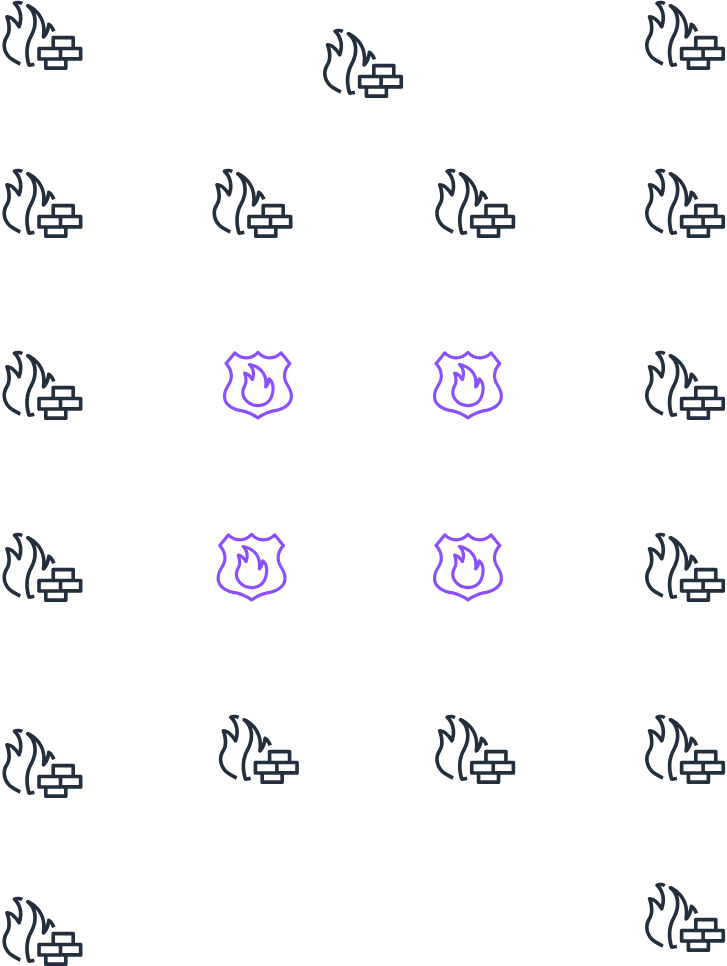
Earlier version of the draw.io export Diagrama sem nome.drawio.svg (Trevoom/Laborat-rio). Source tidied: cells renumbered, new cells last; positions are measured from the earlier drawing's top-left corner, leaving out a move shared by most shapes.
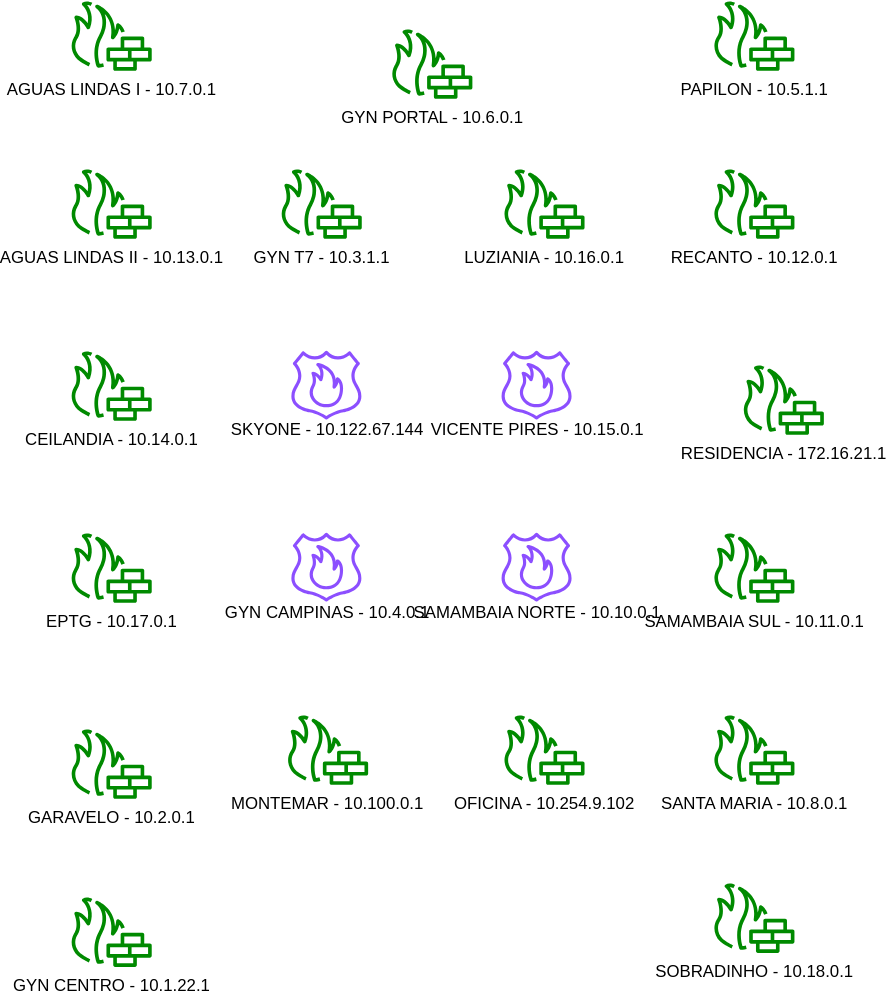
Above is the later version.

Change to the diagram source:
```diff
@@ -2,67 +2,67 @@
   <root>
     <mxCell id="0" />
     <mxCell id="1" parent="0" />
-    <mxCell id="2" style="sketch=0;fontColor=#232F3E;gradientColor=none;fillColor=#232F3D;strokeColor=none;dashed=0;verticalLabelPosition=bottom;verticalAlign=top;align=center;html=1;fontSize=12;fontStyle=0;shape=mxgraph.aws4.generic_firewall;" parent="1" vertex="1">
+    <mxCell id="2" value="    AGUAS LINDAS II -  10.13.0.1 " style="sketch=0;fillColor=#008a00;strokeColor=#005700;dashed=0;verticalLabelPosition=bottom;verticalAlign=top;align=center;html=1;shape=mxgraph.aws4.generic_firewall;" parent="1" vertex="1">
       <mxGeometry y="120" width="59.1" height="50" as="geometry" />
     </mxCell>
-    <mxCell id="3" style="sketch=0;fontColor=#232F3E;gradientColor=none;fillColor=#8C4FFF;strokeColor=none;dashed=0;verticalLabelPosition=bottom;verticalAlign=top;align=center;html=1;fontSize=12;fontStyle=0;shape=mxgraph.aws4.route_53_resolver_dns_firewall;" parent="1" vertex="1">
-      <mxGeometry x="159.1" y="250" width="50" height="50" as="geometry" />
+    <mxCell id="3" value="    SKYONE -  10.122.67.144 " style="sketch=0;gradientColor=none;fillColor=#8C4FFF;strokeColor=none;dashed=0;verticalLabelPosition=bottom;verticalAlign=middle;align=center;html=1;shape=mxgraph.aws4.route_53_resolver_dns_firewall;spacingTop=-36;" parent="1" vertex="1">
+      <mxGeometry x="159" y="250" width="50" height="50" as="geometry" />
     </mxCell>
-    <mxCell id="4" style="sketch=0;fontColor=#232F3E;gradientColor=none;fillColor=#8C4FFF;strokeColor=none;dashed=0;verticalLabelPosition=bottom;verticalAlign=top;align=center;html=1;fontSize=12;fontStyle=0;shape=mxgraph.aws4.route_53_resolver_dns_firewall;" parent="1" vertex="1">
+    <mxCell id="4" value="    VICENTE  PIRES - 10.15.0.1 " style="sketch=0;gradientColor=none;fillColor=#8C4FFF;strokeColor=none;dashed=0;verticalLabelPosition=bottom;verticalAlign=middle;align=center;html=1;shape=mxgraph.aws4.route_53_resolver_dns_firewall;spacingTop=-36;" parent="1" vertex="1">
       <mxGeometry x="309.1" y="250" width="50" height="50" as="geometry" />
     </mxCell>
-    <mxCell id="5" style="sketch=0;fontColor=#232F3E;gradientColor=none;fillColor=#8C4FFF;strokeColor=none;dashed=0;verticalLabelPosition=bottom;verticalAlign=top;align=center;html=1;fontSize=12;fontStyle=0;shape=mxgraph.aws4.route_53_resolver_dns_firewall;" parent="1" vertex="1">
-      <mxGeometry x="154.6" y="380" width="50" height="50" as="geometry" />
+    <mxCell id="5" value="    GYN  CAMPINAS - 10.4.0.1 " style="sketch=0;gradientColor=none;fillColor=#8C4FFF;strokeColor=none;dashed=0;verticalLabelPosition=bottom;verticalAlign=middle;align=center;html=1;shape=mxgraph.aws4.route_53_resolver_dns_firewall;spacingTop=-36;" parent="1" vertex="1">
+      <mxGeometry x="159" y="380" width="50" height="50" as="geometry" />
     </mxCell>
-    <mxCell id="6" style="sketch=0;fontColor=#232F3E;gradientColor=none;fillColor=#8C4FFF;strokeColor=none;dashed=0;verticalLabelPosition=bottom;verticalAlign=top;align=center;html=1;fontSize=12;fontStyle=0;shape=mxgraph.aws4.route_53_resolver_dns_firewall;" parent="1" vertex="1">
+    <mxCell id="6" value="    SAMAMBAIA  NORTE - 10.10.0.1 " style="sketch=0;gradientColor=none;fillColor=#8C4FFF;strokeColor=none;dashed=0;verticalLabelPosition=bottom;verticalAlign=middle;align=center;html=1;shape=mxgraph.aws4.route_53_resolver_dns_firewall;spacingTop=-36;" parent="1" vertex="1">
       <mxGeometry x="309.1" y="380" width="50" height="50" as="geometry" />
     </mxCell>
-    <mxCell id="7" style="sketch=0;fontColor=#232F3E;gradientColor=none;fillColor=#232F3D;strokeColor=none;dashed=0;verticalLabelPosition=bottom;verticalAlign=top;align=center;html=1;fontSize=12;fontStyle=0;shape=mxgraph.aws4.generic_firewall;" parent="1" vertex="1">
+    <mxCell id="7" value="CEILANDIA - 10.14.0.1" style="sketch=0;fillColor=#008a00;strokeColor=#005700;dashed=0;verticalLabelPosition=bottom;verticalAlign=top;align=center;html=1;shape=mxgraph.aws4.generic_firewall;" parent="1" vertex="1">
       <mxGeometry y="250" width="59.1" height="50" as="geometry" />
     </mxCell>
-    <mxCell id="8" style="sketch=0;fontColor=#232F3E;gradientColor=none;fillColor=#232F3D;strokeColor=none;dashed=0;verticalLabelPosition=bottom;verticalAlign=top;align=center;html=1;fontSize=12;fontStyle=0;shape=mxgraph.aws4.generic_firewall;" parent="1" vertex="1">
+    <mxCell id="8" value="    EPTG - 10.17.0.1 " style="sketch=0;fillColor=#008a00;strokeColor=#005700;dashed=0;verticalLabelPosition=bottom;verticalAlign=top;align=center;html=1;shape=mxgraph.aws4.generic_firewall;" parent="1" vertex="1">
       <mxGeometry y="380" width="59.1" height="50" as="geometry" />
     </mxCell>
-    <mxCell id="9" style="sketch=0;fontColor=#232F3E;gradientColor=none;fillColor=#232F3D;strokeColor=none;dashed=0;verticalLabelPosition=bottom;verticalAlign=top;align=center;html=1;fontSize=12;fontStyle=0;shape=mxgraph.aws4.generic_firewall;" parent="1" vertex="1">
+    <mxCell id="9" value="    GARAVELO - 10.2.0.1 " style="sketch=0;fillColor=#008a00;strokeColor=#005700;dashed=0;verticalLabelPosition=bottom;verticalAlign=top;align=center;html=1;shape=mxgraph.aws4.generic_firewall;" parent="1" vertex="1">
       <mxGeometry y="520" width="59.1" height="50" as="geometry" />
     </mxCell>
-    <mxCell id="10" style="sketch=0;fontColor=#232F3E;gradientColor=none;fillColor=#232F3D;strokeColor=none;dashed=0;verticalLabelPosition=bottom;verticalAlign=top;align=center;html=1;fontSize=12;fontStyle=0;shape=mxgraph.aws4.generic_firewall;" parent="1" vertex="1">
+    <mxCell id="10" value="    AGUAS LINDAS I -  10.7.0.1 " style="sketch=0;dashed=0;verticalLabelPosition=bottom;verticalAlign=top;align=center;html=1;shape=mxgraph.aws4.generic_firewall;fillColor=#008a00;strokeColor=#005700;" parent="1" vertex="1">
       <mxGeometry width="59.1" height="50" as="geometry" />
     </mxCell>
-    <mxCell id="11" style="sketch=0;fontColor=#232F3E;gradientColor=none;fillColor=#232F3D;strokeColor=none;dashed=0;verticalLabelPosition=bottom;verticalAlign=top;align=center;html=1;fontSize=12;fontStyle=0;shape=mxgraph.aws4.generic_firewall;" parent="1" vertex="1">
+    <mxCell id="11" value="    GYN CENTRO -  10.1.22.1 " style="sketch=0;fillColor=#008a00;strokeColor=#005700;dashed=0;verticalLabelPosition=bottom;verticalAlign=top;align=center;html=1;shape=mxgraph.aws4.generic_firewall;" parent="1" vertex="1">
       <mxGeometry y="640" width="59.1" height="50" as="geometry" />
     </mxCell>
-    <mxCell id="12" style="sketch=0;fontColor=#232F3E;gradientColor=none;fillColor=#232F3D;strokeColor=none;dashed=0;verticalLabelPosition=bottom;verticalAlign=top;align=center;html=1;fontSize=12;fontStyle=0;shape=mxgraph.aws4.generic_firewall;" parent="1" vertex="1">
+    <mxCell id="12" value="    PAPILON - 10.5.1.1 " style="sketch=0;fillColor=#008a00;strokeColor=#005700;dashed=0;verticalLabelPosition=bottom;verticalAlign=top;align=center;html=1;shape=mxgraph.aws4.generic_firewall;" parent="1" vertex="1">
       <mxGeometry x="459" width="59.1" height="50" as="geometry" />
     </mxCell>
-    <mxCell id="13" style="sketch=0;fontColor=#232F3E;gradientColor=none;fillColor=#232F3D;strokeColor=none;dashed=0;verticalLabelPosition=bottom;verticalAlign=top;align=center;html=1;fontSize=12;fontStyle=0;shape=mxgraph.aws4.generic_firewall;" parent="1" vertex="1">
+    <mxCell id="13" value="    RECANTO - 10.12.0.1 " style="sketch=0;fillColor=#008a00;strokeColor=#005700;dashed=0;verticalLabelPosition=bottom;verticalAlign=top;align=center;html=1;shape=mxgraph.aws4.generic_firewall;" parent="1" vertex="1">
       <mxGeometry x="459" y="120" width="59.1" height="50" as="geometry" />
     </mxCell>
-    <mxCell id="14" style="sketch=0;fontColor=#232F3E;gradientColor=none;fillColor=#232F3D;strokeColor=none;dashed=0;verticalLabelPosition=bottom;verticalAlign=top;align=center;html=1;fontSize=12;fontStyle=0;shape=mxgraph.aws4.generic_firewall;" parent="1" vertex="1">
-      <mxGeometry x="459" y="250" width="59.1" height="50" as="geometry" />
+    <mxCell id="14" value="    RESIDENCIA -  172.16.21.1 " style="sketch=0;fillColor=#008a00;strokeColor=#005700;dashed=0;verticalLabelPosition=bottom;verticalAlign=top;align=center;html=1;shape=mxgraph.aws4.generic_firewall;" parent="1" vertex="1">
+      <mxGeometry x="480" y="260" width="59.1" height="50" as="geometry" />
     </mxCell>
-    <mxCell id="15" style="sketch=0;fontColor=#232F3E;gradientColor=none;fillColor=#232F3D;strokeColor=none;dashed=0;verticalLabelPosition=bottom;verticalAlign=top;align=center;html=1;fontSize=12;fontStyle=0;shape=mxgraph.aws4.generic_firewall;" parent="1" vertex="1">
+    <mxCell id="15" value="    SAMAMBAIA SUL -  10.11.0.1 " style="sketch=0;fillColor=#008a00;strokeColor=#005700;dashed=0;verticalLabelPosition=bottom;verticalAlign=top;align=center;html=1;shape=mxgraph.aws4.generic_firewall;" parent="1" vertex="1">
       <mxGeometry x="459" y="380" width="59.1" height="50" as="geometry" />
     </mxCell>
-    <mxCell id="16" style="sketch=0;fontColor=#232F3E;gradientColor=none;fillColor=#232F3D;strokeColor=none;dashed=0;verticalLabelPosition=bottom;verticalAlign=top;align=center;html=1;fontSize=12;fontStyle=0;shape=mxgraph.aws4.generic_firewall;" parent="1" vertex="1">
+    <mxCell id="16" value="    SANTA MARIA -  10.8.0.1 " style="sketch=0;fillColor=#008a00;strokeColor=#005700;dashed=0;verticalLabelPosition=bottom;verticalAlign=top;align=center;html=1;shape=mxgraph.aws4.generic_firewall;" parent="1" vertex="1">
       <mxGeometry x="459" y="510" width="59.1" height="50" as="geometry" />
     </mxCell>
-    <mxCell id="17" style="sketch=0;fontColor=#232F3E;gradientColor=none;fillColor=#232F3D;strokeColor=none;dashed=0;verticalLabelPosition=bottom;verticalAlign=top;align=center;html=1;fontSize=12;fontStyle=0;shape=mxgraph.aws4.generic_firewall;" parent="1" vertex="1">
+    <mxCell id="17" value="    SOBRADINHO -  10.18.0.1 " style="sketch=0;fillColor=#008a00;strokeColor=#005700;dashed=0;verticalLabelPosition=bottom;verticalAlign=top;align=center;html=1;shape=mxgraph.aws4.generic_firewall;" parent="1" vertex="1">
       <mxGeometry x="459" y="630" width="59.1" height="50" as="geometry" />
     </mxCell>
-    <mxCell id="18" style="sketch=0;fontColor=#232F3E;gradientColor=none;fillColor=#232F3D;strokeColor=none;dashed=0;verticalLabelPosition=bottom;verticalAlign=top;align=center;html=1;fontSize=12;fontStyle=0;shape=mxgraph.aws4.generic_firewall;" parent="1" vertex="1">
+    <mxCell id="18" value="    MONTEMAR -  10.100.0.1 " style="sketch=0;fillColor=#008a00;strokeColor=#005700;dashed=0;verticalLabelPosition=bottom;verticalAlign=top;align=center;html=1;shape=mxgraph.aws4.generic_firewall;" parent="1" vertex="1">
       <mxGeometry x="154.6" y="510" width="59.1" height="50" as="geometry" />
     </mxCell>
-    <mxCell id="19" style="sketch=0;fontColor=#232F3E;gradientColor=none;fillColor=#232F3D;strokeColor=none;dashed=0;verticalLabelPosition=bottom;verticalAlign=top;align=center;html=1;fontSize=12;fontStyle=0;shape=mxgraph.aws4.generic_firewall;" parent="1" vertex="1">
+    <mxCell id="19" value="    OFICINA -  10.254.9.102 " style="sketch=0;fillColor=#008a00;strokeColor=#005700;dashed=0;verticalLabelPosition=bottom;verticalAlign=top;align=center;html=1;shape=mxgraph.aws4.generic_firewall;" parent="1" vertex="1">
       <mxGeometry x="309.1" y="510" width="59.1" height="50" as="geometry" />
     </mxCell>
-    <mxCell id="20" style="sketch=0;fontColor=#232F3E;gradientColor=none;fillColor=#232F3D;strokeColor=none;dashed=0;verticalLabelPosition=bottom;verticalAlign=top;align=center;html=1;fontSize=12;fontStyle=0;shape=mxgraph.aws4.generic_firewall;" parent="1" vertex="1">
+    <mxCell id="20" value="    GYN T7 - 10.3.1.1 " style="sketch=0;fillColor=#008a00;strokeColor=#005700;dashed=0;verticalLabelPosition=bottom;verticalAlign=top;align=center;html=1;shape=mxgraph.aws4.generic_firewall;" parent="1" vertex="1">
       <mxGeometry x="150" y="120" width="59.1" height="50" as="geometry" />
     </mxCell>
-    <mxCell id="21" style="sketch=0;fontColor=#232F3E;gradientColor=none;fillColor=#232F3D;strokeColor=none;dashed=0;verticalLabelPosition=bottom;verticalAlign=top;align=center;html=1;fontSize=12;fontStyle=0;shape=mxgraph.aws4.generic_firewall;" parent="1" vertex="1">
+    <mxCell id="21" value="    LUZIANIA -  10.16.0.1 " style="sketch=0;fillColor=#008a00;strokeColor=#005700;dashed=0;verticalLabelPosition=bottom;verticalAlign=top;align=center;html=1;shape=mxgraph.aws4.generic_firewall;" parent="1" vertex="1">
       <mxGeometry x="309.1" y="120" width="59.1" height="50" as="geometry" />
     </mxCell>
-    <mxCell id="22" style="sketch=0;fontColor=#232F3E;gradientColor=none;fillColor=#232F3D;strokeColor=none;dashed=0;verticalLabelPosition=bottom;verticalAlign=top;align=center;html=1;fontSize=12;fontStyle=0;shape=mxgraph.aws4.generic_firewall;" parent="1" vertex="1">
+    <mxCell id="22" value="    GYN PORTAL -  10.6.0.1 " style="sketch=0;fillColor=#008a00;strokeColor=#005700;dashed=0;verticalLabelPosition=bottom;verticalAlign=top;align=center;html=1;shape=mxgraph.aws4.generic_firewall;" parent="1" vertex="1">
       <mxGeometry x="229" y="20" width="59.1" height="50" as="geometry" />
     </mxCell>
   </root>
```
